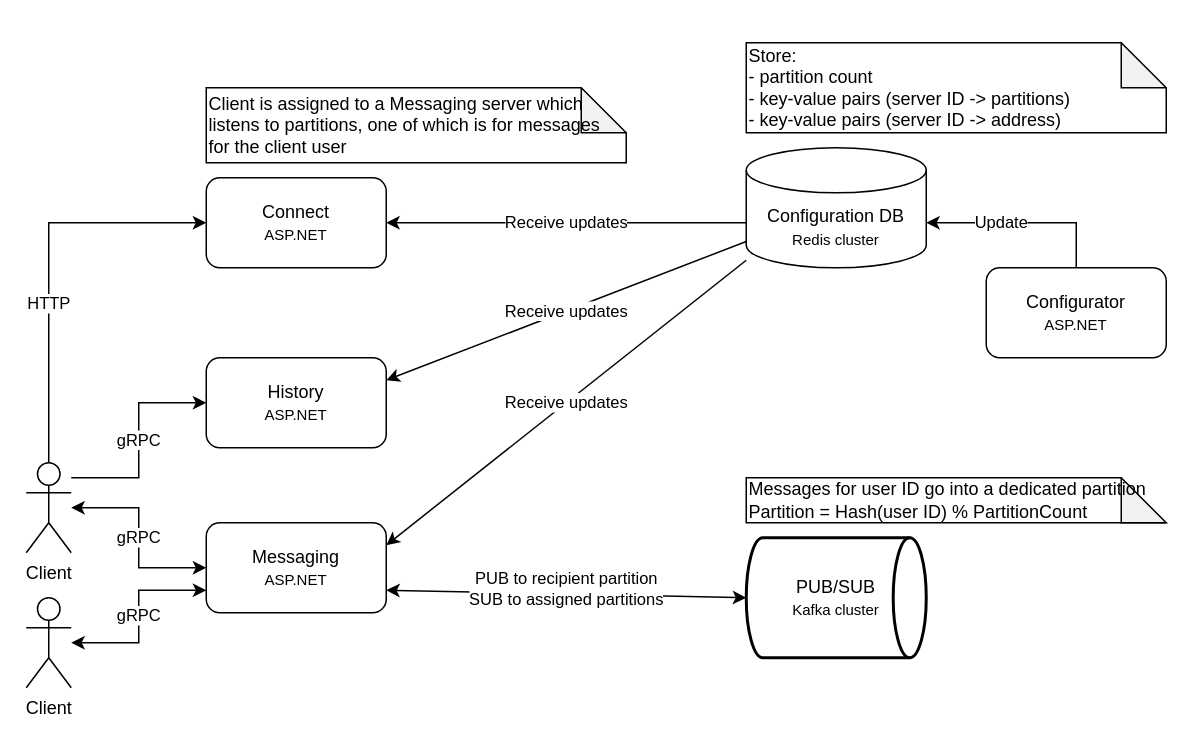
Above: docs/cecochat-05-configuration.drawio in cvetomir-todorov/CecoChat (draw.io), before the change. Source tidied: cells renumbered, new cells numbered last; positions are measured from the earlier drawing's top-left corner, leaving out a move shared by most shapes. Both pictures are drawn from the tidied source at 150%, with x=0, y=0 at pixel (26, 42).
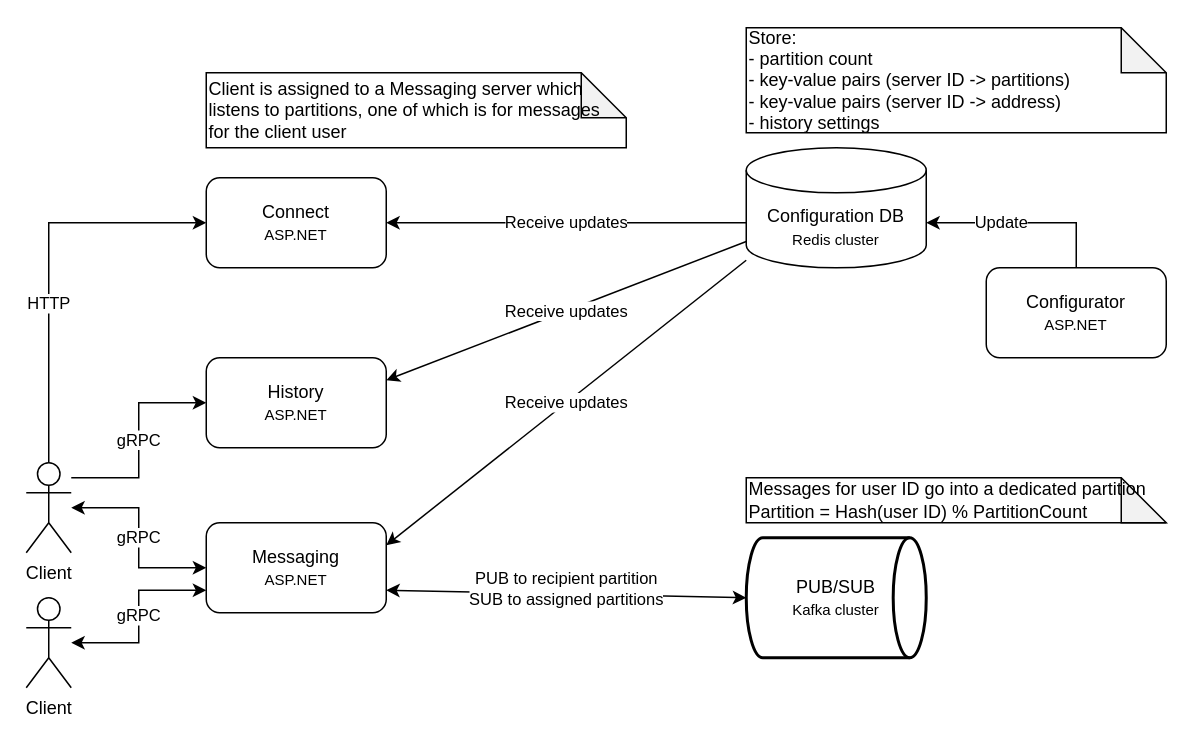
The same page after the edit.

Commit message (it also covers changes not shown here):
Describe configuration, failover and running

Change to the diagram source:
```diff
@@
-    <mxCell id="18" value="Store:&lt;br&gt;- partition count&lt;br&gt;- key-value pairs&amp;nbsp;(server ID -&amp;gt; partitions)&lt;br&gt;- key-value pairs&amp;nbsp;(server ID -&amp;gt; address)" style="shape=note;whiteSpace=wrap;html=1;backgroundOutline=1;darkOpacity=0.05;align=left;" parent="1" vertex="1">
-      <mxGeometry x="480" width="280" height="60" as="geometry" />
+    <mxCell id="18" value="Store:&lt;br&gt;- partition count&lt;br&gt;- key-value pairs&amp;nbsp;(server ID -&amp;gt; partitions)&lt;br&gt;- key-value pairs&amp;nbsp;(server ID -&amp;gt; address)&lt;br&gt;- history settings" style="shape=note;whiteSpace=wrap;html=1;backgroundOutline=1;darkOpacity=0.05;align=left;" parent="1" vertex="1">
+      <mxGeometry x="480" y="-10" width="280" height="70" as="geometry" />
     </mxCell>
     <mxCell id="19" value="Client is assigned to a Messaging server which listens to partitions, one of which is for messages for the client user" style="shape=note;whiteSpace=wrap;html=1;backgroundOutline=1;darkOpacity=0.05;align=left;" parent="1" vertex="1">
-      <mxGeometry x="120" y="30" width="280" height="50" as="geometry" />
+      <mxGeometry x="120" y="20" width="280" height="50" as="geometry" />
     </mxCell>
```
